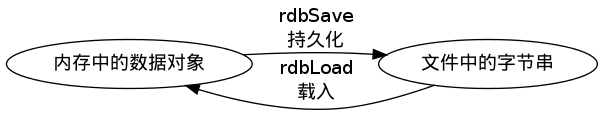
The Graphviz diagram internal/image/persistent.png in huangzworks/redisbook, before a commit. Its source is kept beside it as internal/image/persistent.dot. The source it was exported from:
```dot
digraph persistent {
    rankdir = LR;

    memory_object [label = "内存中的数据对象"];

    byte_in_file [label = "文件中的字节串"];

    memory_object -> byte_in_file [label = "rdbSave\n持久化"];

    byte_in_file -> memory_object [label = "rdbLoad\n载入"];
}
```
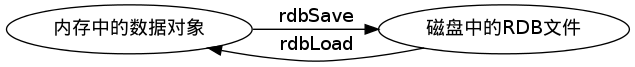
Later version of the same file.

What changed in the source:
```diff
@@ -1,11 +1,12 @@
 digraph persistent {
+
     rankdir = LR;
 
-    memory_object [label = "内存中的数据对象"];
+    redis_object [label = "内存中的数据对象"];
 
-    byte_in_file [label = "文件中的字节串"];
+    rdb [label = "磁盘中的RDB文件"];
 
-    memory_object -> byte_in_file [label = "rdbSave\n持久化"];
+    redis_object -> rdb [label = "rdbSave"];
 
-    byte_in_file -> memory_object [label = "rdbLoad\n载入"];
+    rdb -> redis_object [label = "rdbLoad"];
 }
```
